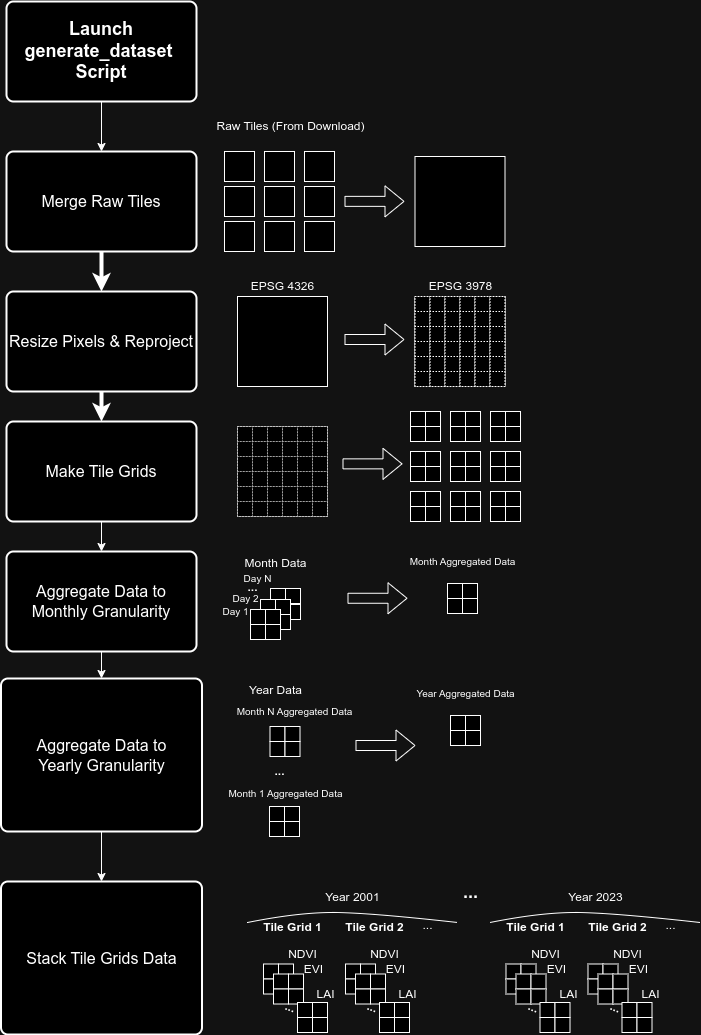
This is doc/images/generate_dataset_overview.png from AlexandreBrown/WildfirePrediction, a draw.io export, as it was before one commit. Source tidied: cells renumbered, new cells last; positions are measured from the earlier drawing's top-left corner, leaving out a move shared by most shapes.
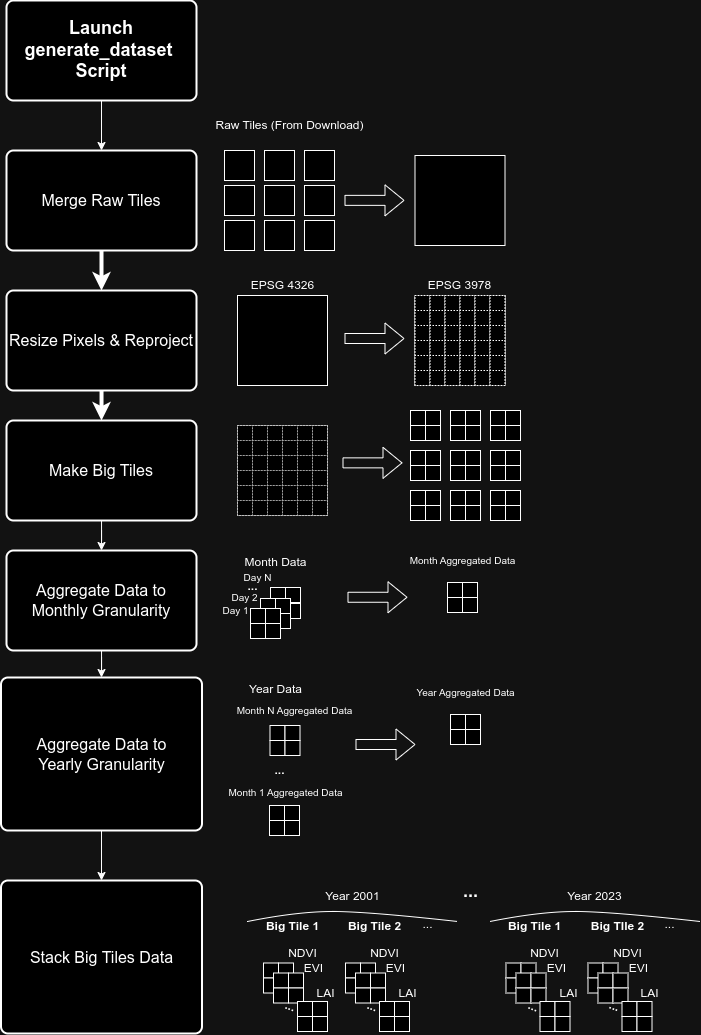
The same file after the commit.

Commit message:
Dataset generation refactor

What changed in the source:
```diff
@@ -47,7 +47,7 @@
     <mxCell id="16" style="edgeStyle=orthogonalEdgeStyle;rounded=0;jettySize=auto;html=1;entryX=0.5;entryY=0;entryDx=0;entryDy=0;" parent="1" edge="1" source="17" target="156">
       <mxGeometry relative="1" as="geometry" />
     </mxCell>
-    <mxCell id="17" value="&lt;font style=&quot;font-size: 16px;&quot;&gt;Make Tile Grids&lt;/font&gt;" style="rounded=1;whiteSpace=wrap;html=1;absoluteArcSize=1;arcSize=14;strokeWidth=2;" parent="1" vertex="1">
+    <mxCell id="17" value="&lt;font style=&quot;font-size: 16px;&quot;&gt;Make Big Tiles&lt;/font&gt;" style="rounded=1;whiteSpace=wrap;html=1;absoluteArcSize=1;arcSize=14;strokeWidth=2;" parent="1" vertex="1">
       <mxGeometry x="5" y="420" width="190" height="100" as="geometry" />
     </mxCell>
     <mxCell id="18" style="edgeStyle=orthogonalEdgeStyle;rounded=0;jettySize=auto;html=1;entryX=0.5;entryY=0;entryDx=0;entryDy=0;" parent="1" edge="1" source="19" target="13">
@@ -605,7 +605,7 @@
     <mxCell id="197" value="Raw Tiles (From Download)" style="text;html=1;align=center;verticalAlign=middle;strokeColor=none;fillColor=none;" parent="1" vertex="1">
       <mxGeometry x="203.5" y="110" width="170" height="30" as="geometry" />
     </mxCell>
-    <mxCell id="198" value="&lt;span style=&quot;font-size: 16px;&quot;&gt;Stack Tile Grids Data&lt;/span&gt;" style="rounded=1;whiteSpace=wrap;html=1;absoluteArcSize=1;arcSize=14;strokeWidth=2;" parent="1" vertex="1">
+    <mxCell id="198" value="&lt;span style=&quot;font-size: 16px;&quot;&gt;Stack Big Tiles Data&lt;/span&gt;" style="rounded=1;whiteSpace=wrap;html=1;absoluteArcSize=1;arcSize=14;strokeWidth=2;" parent="1" vertex="1">
       <mxGeometry x="-0.5" y="880" width="201" height="153" as="geometry" />
     </mxCell>
     <mxCell id="199" value="Year 2001" style="text;html=1;align=center;verticalAlign=middle;strokeColor=none;fillColor=none;" parent="1" vertex="1">
@@ -626,7 +626,7 @@
     <mxCell id="204" style="whiteSpace=wrap;html=1;" parent="200" vertex="1">
       <mxGeometry x="15" y="15" width="15" height="15" as="geometry" />
     </mxCell>
-    <mxCell id="205" value="&lt;b&gt;Tile Grid 1&lt;/b&gt;" style="text;html=1;align=center;verticalAlign=middle;strokeColor=none;fillColor=none;" parent="1" vertex="1">
+    <mxCell id="205" value="&lt;b&gt;Big Tile 1&lt;/b&gt;" style="text;html=1;align=center;verticalAlign=middle;strokeColor=none;fillColor=none;" parent="1" vertex="1">
       <mxGeometry x="251" y="911" width="80" height="30" as="geometry" />
     </mxCell>
     <mxCell id="206" value="NDVI" style="text;html=1;align=center;verticalAlign=middle;strokeColor=none;fillColor=none;" parent="1" vertex="1">
@@ -686,7 +686,7 @@
     <mxCell id="224" style="whiteSpace=wrap;html=1;" parent="220" vertex="1">
       <mxGeometry x="15" y="15" width="15" height="15" as="geometry" />
     </mxCell>
-    <mxCell id="225" value="&lt;b&gt;Tile Grid 2&lt;/b&gt;" style="text;html=1;align=center;verticalAlign=middle;strokeColor=none;fillColor=none;" parent="1" vertex="1">
+    <mxCell id="225" value="&lt;b&gt;Big Tile 2&lt;/b&gt;" style="text;html=1;align=center;verticalAlign=middle;strokeColor=none;fillColor=none;" parent="1" vertex="1">
       <mxGeometry x="333" y="911" width="80" height="30" as="geometry" />
     </mxCell>
     <mxCell id="226" value="NDVI" style="text;html=1;align=center;verticalAlign=middle;strokeColor=none;fillColor=none;" parent="1" vertex="1">
@@ -762,7 +762,7 @@
     <mxCell id="247" style="whiteSpace=wrap;html=1;" parent="243" vertex="1">
       <mxGeometry x="15" y="15" width="15" height="15" as="geometry" />
     </mxCell>
-    <mxCell id="248" value="&lt;b&gt;Tile Grid 1&lt;/b&gt;" style="text;html=1;align=center;verticalAlign=middle;strokeColor=none;fillColor=none;" parent="1" vertex="1">
+    <mxCell id="248" value="&lt;b&gt;Big Tile 1&lt;/b&gt;" style="text;html=1;align=center;verticalAlign=middle;strokeColor=none;fillColor=none;" parent="1" vertex="1">
       <mxGeometry x="493.5" y="911" width="80" height="30" as="geometry" />
     </mxCell>
     <mxCell id="249" value="NDVI" style="text;html=1;align=center;verticalAlign=middle;strokeColor=none;fillColor=none;" parent="1" vertex="1">
@@ -822,7 +822,7 @@
     <mxCell id="267" style="whiteSpace=wrap;html=1;" parent="263" vertex="1">
       <mxGeometry x="15" y="15" width="15" height="15" as="geometry" />
     </mxCell>
-    <mxCell id="268" value="&lt;b&gt;Tile Grid 2&lt;/b&gt;" style="text;html=1;align=center;verticalAlign=middle;strokeColor=none;fillColor=none;" parent="1" vertex="1">
+    <mxCell id="268" value="&lt;b&gt;Big TIle 2&lt;/b&gt;" style="text;html=1;align=center;verticalAlign=middle;strokeColor=none;fillColor=none;" parent="1" vertex="1">
       <mxGeometry x="575.5" y="911" width="80" height="30" as="geometry" />
     </mxCell>
     <mxCell id="269" value="NDVI" style="text;html=1;align=center;verticalAlign=middle;strokeColor=none;fillColor=none;" parent="1" vertex="1">
```
